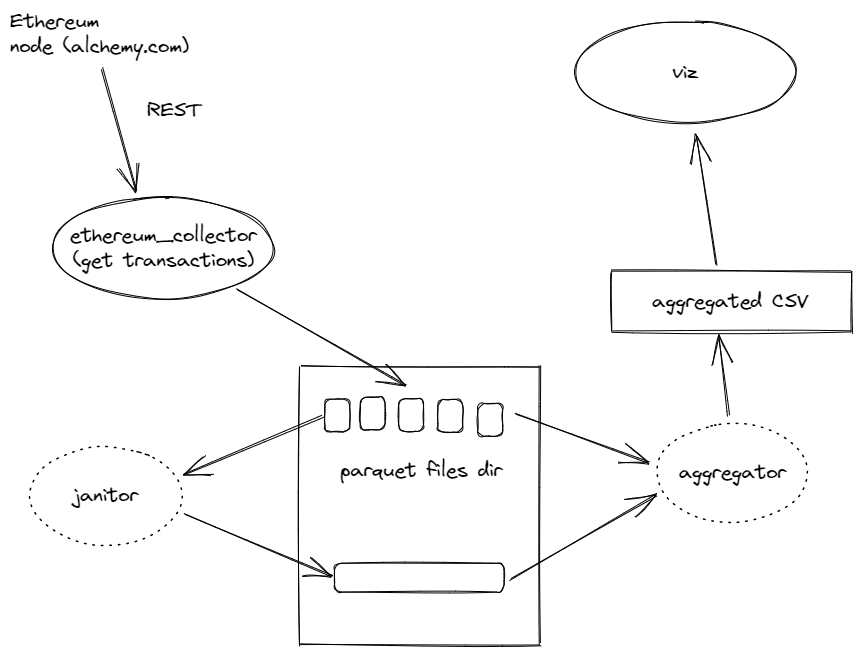
This is inseth.excalidraw.png from ululh/inseth, a Excalidraw export, as it was before one commit. Source tidied: one line per element, renumbered; positions are measured from the earlier drawing's top-left corner, leaving out a move shared by most shapes.
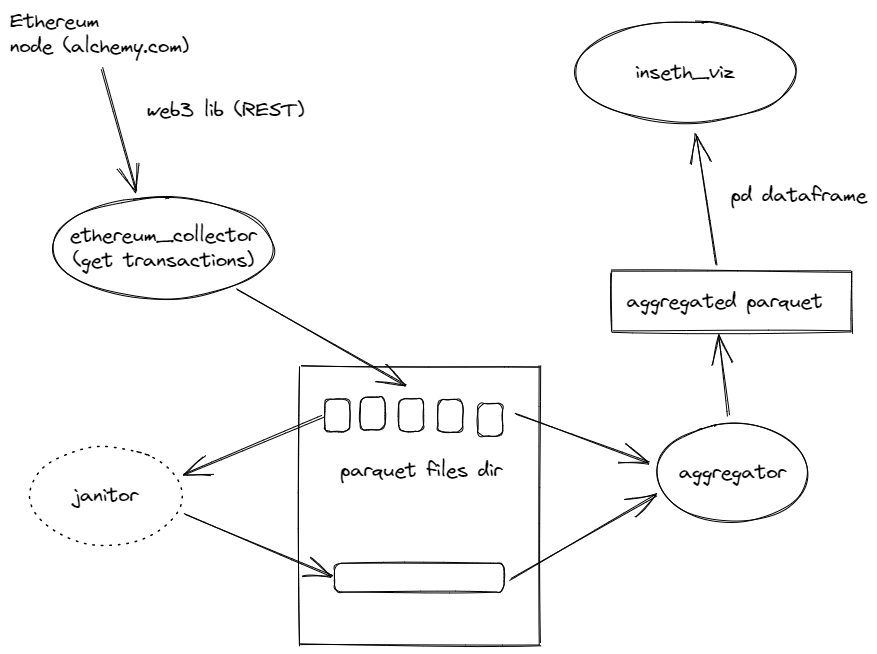
The same file after the commit.

Diff of the diagram source:
```diff
@@ -1,13 +1,13 @@
-{"id": 0, "type": "text", "text": "Ethereum\nnode (alchemy.com)", "strokeColor": "#000000", "strokeWidth": 1, "roughness": 1, "fontSize": 20, "fontFamily": 1, "x": 0, "y": 0, "width": 181, "height": 50}
+{"id": 0, "type": "text", "text": "Ethereum\nnode (alchemy.com)", "strokeColor": "#000000", "strokeWidth": 1, "roughness": 1, "fontSize": 20, "fontFamily": 1, "x": 0, "y": 0, "width": 180, "height": 50}
 {"id": 1, "type": "arrow", "strokeColor": "#000000", "strokeWidth": 1, "roughness": 1, "endArrowhead": "arrow", "round": true, "from": 0, "to": 4, "x": 92, "y": 58, "width": 34, "height": 123, "points": [[0, 0], [34, 123]]}
 {"id": 2, "type": "rectangle", "strokeColor": "#000000", "strokeWidth": 1, "roughness": 1, "x": 290, "y": 356, "width": 240, "height": 278}
-{"id": 3, "type": "text", "text": "REST", "strokeColor": "#000000", "strokeWidth": 1, "roughness": 1, "fontSize": 20, "fontFamily": 1, "x": 137, "y": 88, "width": 57, "height": 25}
+{"id": 3, "type": "text", "text": "web3 lib (REST)", "strokeColor": "#000000", "strokeWidth": 1, "roughness": 1, "fontSize": 20, "fontFamily": 1, "x": 137, "y": 88, "width": 158, "height": 25}
 {"id": 4, "type": "ellipse", "strokeColor": "#000000", "strokeWidth": 1, "roughness": 1, "round": true, "x": 43, "y": 187, "width": 221, "height": 101}
 {"id": 5, "type": "text", "text": "ethereum_collector\n(get transactions)", "strokeColor": "#000000", "strokeWidth": 1, "roughness": 1, "fontSize": 20, "fontFamily": 1, "textAlign": "center", "verticalAlign": "middle", "inside": 4, "x": 59, "y": 213, "width": 188, "height": 50}
 {"id": 6, "type": "arrow", "strokeColor": "#000000", "strokeWidth": 1, "roughness": 1, "endArrowhead": "arrow", "round": true, "from": 4, "to": 14, "x": 226, "y": 280, "width": 170, "height": 96, "points": [[0, 0], [170, 96]]}
 {"id": 7, "type": "ellipse", "strokeColor": "#000000", "strokeWidth": 1, "strokeStyle": "dotted", "roughness": 1, "round": true, "x": 20, "y": 437, "width": 152, "height": 98}
-{"id": 8, "type": "text", "text": "janitor", "strokeColor": "#000000", "strokeWidth": 1, "strokeStyle": "dotted", "roughness": 1, "fontSize": 20, "fontFamily": 1, "textAlign": "center", "verticalAlign": "middle", "inside": 7, "x": 62, "y": 473, "width": 67, "height": 25}
+{"id": 8, "type": "text", "text": "janitor", "strokeColor": "#000000", "strokeWidth": 1, "strokeStyle": "dotted", "roughness": 1, "fontSize": 20, "fontFamily": 1, "textAlign": "center", "verticalAlign": "middle", "inside": 7, "x": 63, "y": 473, "width": 66, "height": 25}
-{"id": 9, "type": "text", "text": "parquet files dir", "strokeColor": "#000000", "strokeWidth": 1, "strokeStyle": "dotted", "roughness": 1, "fontSize": 20, "fontFamily": 1, "x": 330, "y": 448, "width": 164, "height": 25}
+{"id": 9, "type": "text", "text": "parquet files dir", "strokeColor": "#000000", "strokeWidth": 1, "strokeStyle": "dotted", "roughness": 1, "fontSize": 20, "fontFamily": 1, "x": 330, "y": 448, "width": 163, "height": 25}
 {"id": 10, "type": "rectangle", "strokeColor": "#000000", "strokeWidth": 1, "roughness": 1, "round": true, "x": 315, "y": 389, "width": 25, "height": 33}
 {"id": 11, "type": "rectangle", "strokeColor": "#000000", "strokeWidth": 1, "roughness": 1, "round": true, "x": 350, "y": 387, "width": 25, "height": 33}
 {"id": 12, "type": "rectangle", "strokeColor": "#000000", "strokeWidth": 1, "roughness": 1, "round": true, "x": 468, "y": 393, "width": 25, "height": 33}
@@ -16,13 +16,14 @@
 {"id": 15, "type": "rectangle", "strokeColor": "#000000", "strokeWidth": 1, "roughness": 1, "round": true, "x": 325, "y": 553, "width": 170, "height": 29}
 {"id": 16, "type": "arrow", "strokeColor": "#000000", "strokeWidth": 1, "roughness": 1, "endArrowhead": "arrow", "round": true, "from": 10, "to": 7, "x": 313, "y": 406, "width": 140, "height": 59, "points": [[0, 0], [-140, 59]]}
 {"id": 17, "type": "arrow", "strokeColor": "#000000", "strokeWidth": 1, "roughness": 1, "endArrowhead": "arrow", "round": true, "from": 7, "to": 15, "x": 174, "y": 504, "width": 147, "height": 61, "points": [[0, 0], [147, 61]]}
-{"id": 18, "type": "ellipse", "strokeColor": "#000000", "strokeWidth": 1, "strokeStyle": "dotted", "roughness": 1, "round": true, "x": 646, "y": 414, "width": 152, "height": 98}
+{"id": 18, "type": "ellipse", "strokeColor": "#000000", "strokeWidth": 1, "roughness": 1, "round": true, "x": 646, "y": 414, "width": 152, "height": 98}
-{"id": 19, "type": "text", "text": "aggregator", "strokeColor": "#000000", "strokeWidth": 1, "strokeStyle": "dotted", "roughness": 1, "fontSize": 20, "fontFamily": 1, "textAlign": "center", "verticalAlign": "middle", "inside": 18, "x": 668, "y": 450, "width": 109, "height": 25}
+{"id": 19, "type": "text", "text": "aggregator", "strokeColor": "#000000", "strokeWidth": 1, "strokeStyle": "dotted", "roughness": 1, "fontSize": 20, "fontFamily": 1, "textAlign": "center", "verticalAlign": "middle", "inside": 18, "x": 668, "y": 450, "width": 108, "height": 25}
 {"id": 20, "type": "arrow", "strokeColor": "#000000", "strokeWidth": 1, "roughness": 1, "endArrowhead": "arrow", "round": true, "from": 12, "to": 18, "x": 505, "y": 404, "width": 135, "height": 48, "points": [[0, 0], [135, 48]]}
 {"id": 21, "type": "rectangle", "strokeColor": "#000000", "strokeWidth": 1, "roughness": 1, "x": 601, "y": 261, "width": 240, "height": 61}
-{"id": 22, "type": "text", "text": "aggregated CSV", "strokeColor": "#000000", "strokeWidth": 1, "roughness": 1, "fontSize": 20, "fontFamily": 1, "textAlign": "center", "verticalAlign": "middle", "inside": 21, "x": 641, "y": 279, "width": 157, "height": 25}
+{"id": 22, "type": "text", "text": "aggregated parquet ", "strokeColor": "#000000", "strokeWidth": 1, "roughness": 1, "fontSize": 20, "fontFamily": 1, "textAlign": "center", "verticalAlign": "middle", "inside": 21, "x": 616, "y": 279, "width": 207, "height": 25}
 {"id": 23, "type": "ellipse", "strokeColor": "#000000", "strokeWidth": 1, "roughness": 1, "round": true, "x": 565, "y": 12, "width": 221, "height": 101}
-{"id": 24, "type": "text", "text": "viz", "strokeColor": "#000000", "strokeWidth": 1, "roughness": 1, "fontSize": 20, "fontFamily": 1, "textAlign": "center", "verticalAlign": "middle", "inside": 23, "x": 661, "y": 50, "width": 28, "height": 25}
+{"id": 24, "type": "text", "text": "inseth_viz", "strokeColor": "#000000", "strokeWidth": 1, "roughness": 1, "fontSize": 20, "fontFamily": 1, "textAlign": "center", "verticalAlign": "middle", "inside": 23, "x": 625, "y": 50, "width": 100, "height": 25}
 {"id": 25, "type": "arrow", "strokeColor": "#000000", "strokeWidth": 1, "roughness": 1, "endArrowhead": "arrow", "round": true, "from": 18, "to": 21, "x": 718, "y": 407, "width": 9, "height": 80, "points": [[0, 0], [-9, -80]]}
 {"id": 26, "type": "arrow", "strokeColor": "#000000", "strokeWidth": 1, "roughness": 1, "endArrowhead": "arrow", "round": true, "from": 21, "to": 23, "x": 706, "y": 255, "width": 21, "height": 130, "points": [[0, 0], [-21, -130]]}
 {"id": 27, "type": "arrow", "strokeColor": "#000000", "strokeWidth": 1, "roughness": 1, "endArrowhead": "arrow", "round": true, "from": 15, "to": 18, "x": 501, "y": 570, "width": 146, "height": 84, "points": [[0, 0], [146, -84]]}
+{"id": 28, "type": "text", "text": "pd dataframe", "strokeColor": "#000000", "strokeWidth": 1, "roughness": 1, "fontSize": 20, "fontFamily": 1, "x": 721, "y": 173, "width": 137, "height": 25}
```
